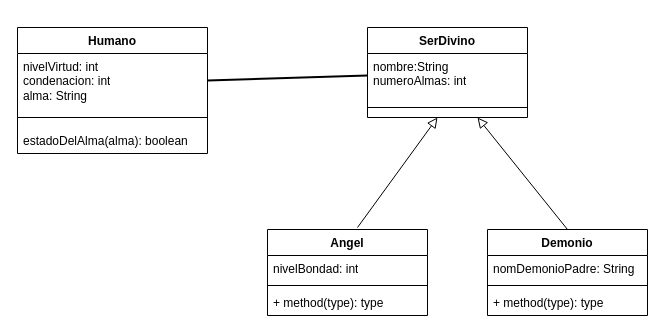
HimarRH/ActividadesEntornos keeps this draw.io diagram as diagrama_de_clases_relacionales_req2.drawio. Above is the earlier version. Source tidied: cells renumbered, new cells numbered last; positions are measured from the earlier drawing's top-left corner, leaving out a move shared by most shapes. Both pictures are drawn from the tidied source at 100%, with x=0, y=0 at pixel (17, 27).
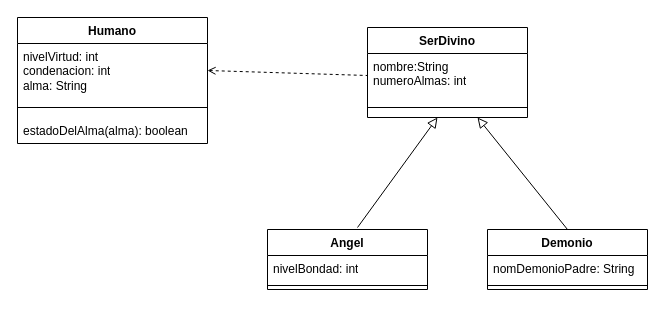
Above is the later version.

The change refers to these unchanged cells:
```xml
<mxCell id="3" value="&lt;div&gt;nivelVirtud: int&lt;/div&gt;&lt;div&gt;condenacion: int&lt;/div&gt;&lt;div&gt;alma: String&lt;br&gt;&lt;/div&gt;" style="text;strokeColor=none;fillColor=none;align=left;verticalAlign=top;spacingLeft=4;spacingRight=4;overflow=hidden;points=[[0,0.5],[1,0.5]];portConstraint=eastwest;whiteSpace=wrap;html=1;" parent="2" vertex="1">
  <mxGeometry y="26" width="190" height="54" as="geometry" />
</mxCell>
<mxCell id="7" value="&lt;div&gt;nombre:String&lt;/div&gt;&lt;div&gt;numeroAlmas: int&lt;br&gt;&lt;/div&gt;" style="text;strokeColor=none;fillColor=none;align=left;verticalAlign=top;spacingLeft=4;spacingRight=4;overflow=hidden;points=[[0,0.5],[1,0.5]];portConstraint=eastwest;whiteSpace=wrap;html=1;" parent="6" vertex="1">
  <mxGeometry y="26" width="160" height="44" as="geometry" />
</mxCell>
```

What changed in the source:
```diff
@@
     <mxCell id="2" value="Humano" style="swimlane;fontStyle=1;align=center;verticalAlign=top;horizontal=1;startSize=26;whiteSpace=wrap;html=1;" parent="1" vertex="1">
-      <mxGeometry width="190" height="126" as="geometry" />
+      <mxGeometry y="-10" width="190" height="126" as="geometry" />
     </mxCell>
@@
     <mxCell id="9" value="Angel" style="swimlane;fontStyle=1;align=center;verticalAlign=top;horizontal=1;startSize=26;whiteSpace=wrap;html=1;" parent="1" vertex="1">
-      <mxGeometry x="250" y="202" width="160" height="86" as="geometry" />
+      <mxGeometry x="250" y="202" width="160" height="60" as="geometry" />
     </mxCell>
@@
-    <mxCell id="12" value="+ method(type): type" style="text;strokeColor=none;fillColor=none;align=left;verticalAlign=top;spacingLeft=4;spacingRight=4;overflow=hidden;whiteSpace=wrap;html=1;" parent="9" vertex="1">
-      <mxGeometry y="60" width="160" height="26" as="geometry" />
-    </mxCell>
@@
     <mxCell id="14" value="Demonio" style="swimlane;fontStyle=1;align=center;verticalAlign=top;horizontal=1;startSize=26;whiteSpace=wrap;html=1;" parent="1" vertex="1">
-      <mxGeometry x="470" y="202" width="160" height="86" as="geometry" />
+      <mxGeometry x="470" y="202" width="160" height="60" as="geometry" />
     </mxCell>
@@
-    <mxCell id="17" value="+ method(type): type" style="text;strokeColor=none;fillColor=none;align=left;verticalAlign=top;spacingLeft=4;spacingRight=4;overflow=hidden;whiteSpace=wrap;html=1;" parent="14" vertex="1">
-      <mxGeometry y="60" width="160" height="26" as="geometry" />
-    </mxCell>
@@
-    <mxCell id="19" style="endArrow=none;startArrow=none;endFill=0;startFill=0;endSize=8;html=1;verticalAlign=bottom;labelBackgroundColor=none;strokeWidth=2;rounded=0;exitX=1;exitY=0.5;exitDx=0;exitDy=0;entryX=0;entryY=0.5;entryDx=0;entryDy=0;" parent="1" edge="1" source="3" target="7">
+    <mxCell id="19" style="endArrow=none;startArrow=open;endFill=0;startFill=0;endSize=8;html=1;verticalAlign=bottom;labelBackgroundColor=none;strokeWidth=1;rounded=0;exitX=1;exitY=0.5;exitDx=0;exitDy=0;entryX=0;entryY=0.5;entryDx=0;entryDy=0;dashed=1;" parent="1" edge="1" source="3" target="7">
       <mxGeometry relative="1" as="geometry" />
     </mxCell>
```
